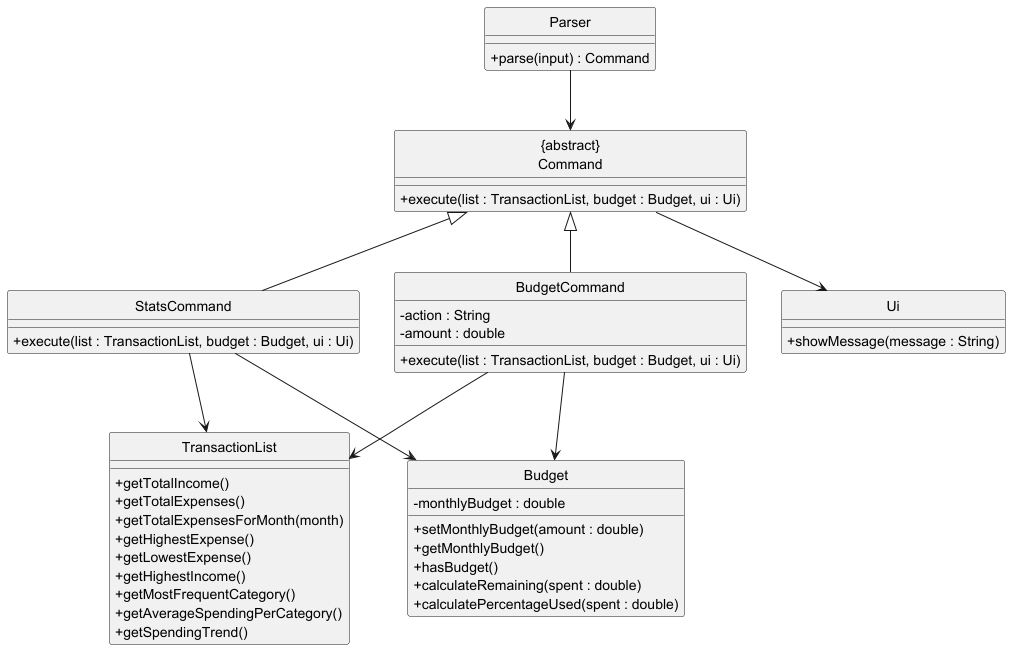
This is docs/diagrams/BudgetStatsClassDiagram.png from benthejarofmint/tp, a PlantUML export, as it was before one commit. Source of this version:
```plantuml
@startuml
skinparam classAttributeIconSize 0
skinparam style strictuml

class Parser {
  +parse(input) : Command
}

class "{abstract}\nCommand" as Command {
  +execute(list : TransactionList, budget : Budget, ui : Ui)
}

class BudgetCommand {
  -action : String
  -amount : double
  +execute(list : TransactionList, budget : Budget, ui : Ui)
}

class StatsCommand {
  +execute(list : TransactionList, budget : Budget, ui : Ui)
}

class TransactionList {
  +getTotalIncome()
  +getTotalExpenses()
  +getTotalExpensesForMonth(month)
  +getHighestExpense()
  +getLowestExpense()
  +getHighestIncome()
  +getMostFrequentCategory()
  +getAverageSpendingPerCategory()
  +getSpendingTrend()
}

class Budget {
  -monthlyBudget : double
  +setMonthlyBudget(amount : double)
  +getMonthlyBudget()
  +hasBudget()
  +calculateRemaining(spent : double)
  +calculatePercentageUsed(spent : double)
}

class Ui {
  +showMessage(message : String)
}

Parser --> Command
Command <|-- BudgetCommand
Command <|-- StatsCommand
BudgetCommand --> Budget
BudgetCommand --> TransactionList
StatsCommand --> TransactionList
StatsCommand --> Budget
Command --> Ui
@enduml
```
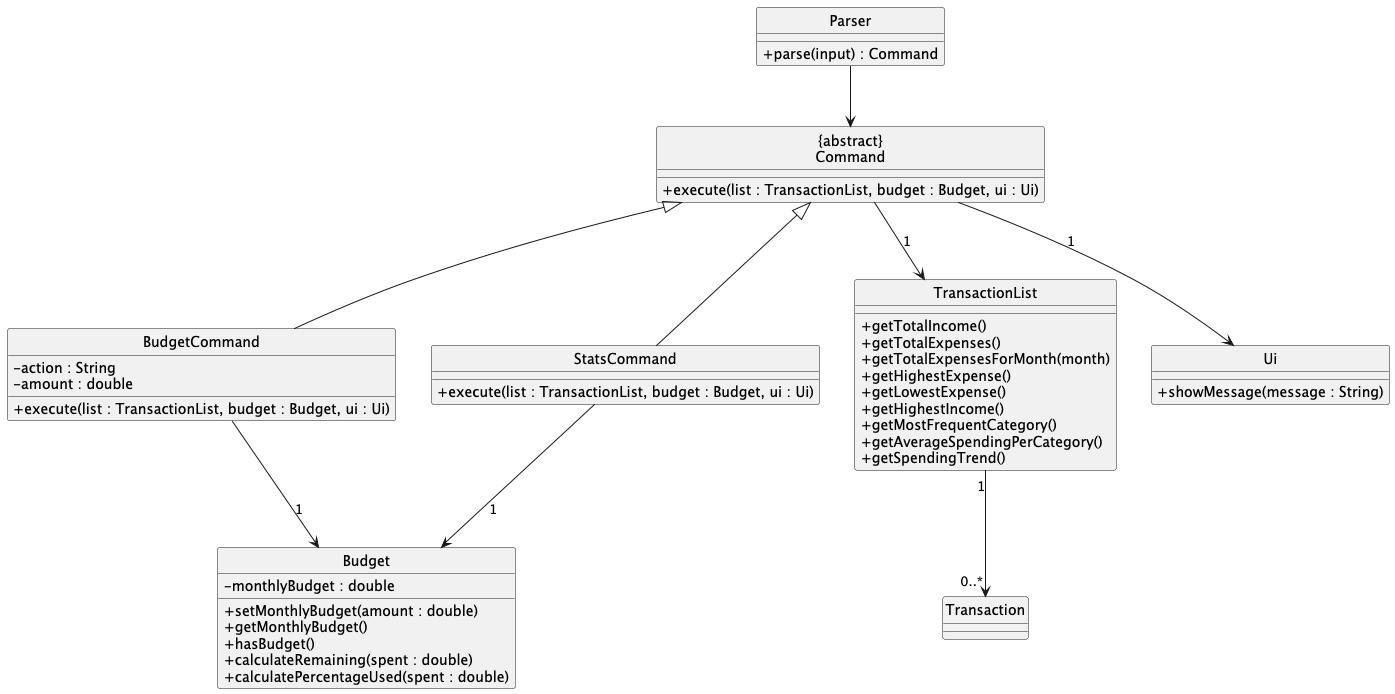
After the commit.

What changed in the source:
```diff
@@ -48,9 +48,10 @@
 Parser --> Command
 Command <|-- BudgetCommand
 Command <|-- StatsCommand
-BudgetCommand --> Budget
-BudgetCommand --> TransactionList
-StatsCommand --> TransactionList
-StatsCommand --> Budget
-Command --> Ui
+
+Command --> Ui : 1
+Command --> TransactionList : 1
+BudgetCommand --> Budget : 1
+StatsCommand --> Budget : 1
+TransactionList "1" --> "0..*" Transaction
 @enduml
```
